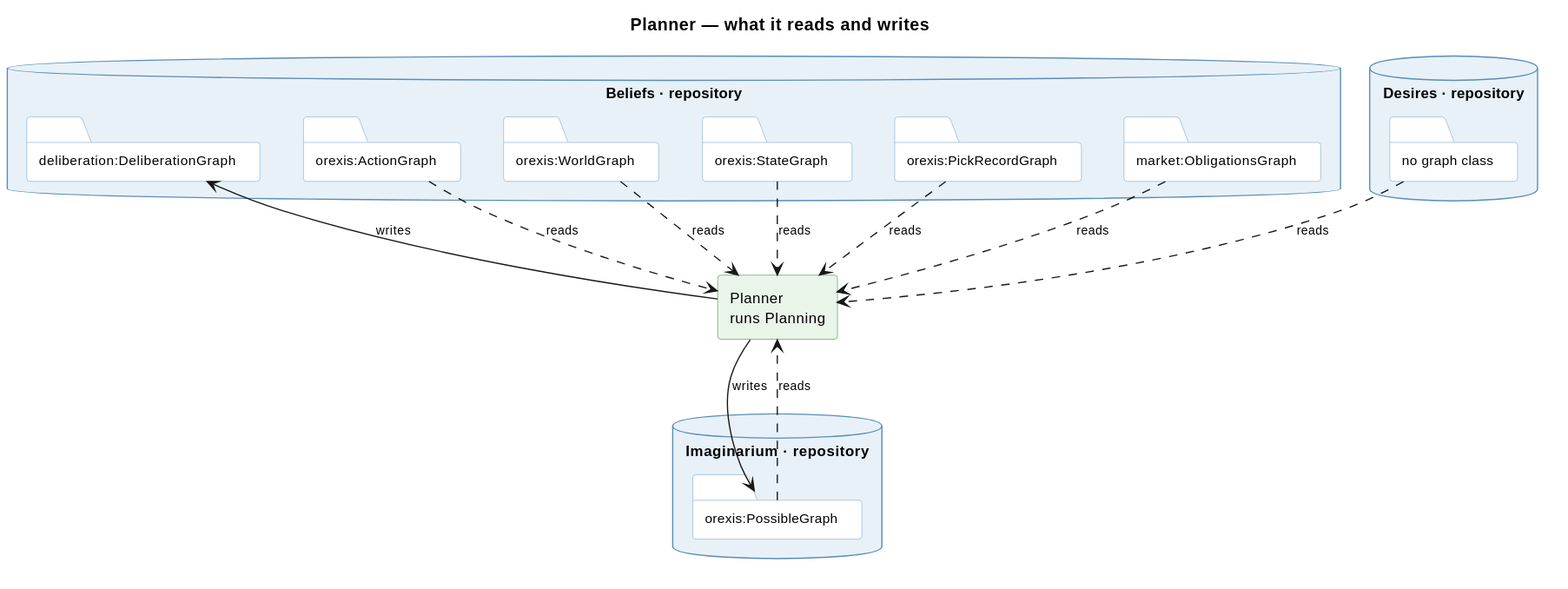
This is knowledge/diagrams/service-planner.svg from ShishkinDmitriy/orexis, a PlantUML export, as it was before one commit. The source it was exported from:
```plantuml
@startuml
title Planner — what it reads and writes

skinparam componentStyle rectangle
skinparam shadowing false
skinparam defaultFontSize 12
skinparam titleFontSize 14
skinparam ArrowFontSize 10
skinparam database {
  BackgroundColor #E8F1F8
  BorderColor #5B8DB8
}
skinparam folder {
  BackgroundColor #FFFFFF
  BorderColor #8FB4D0
  FontSize 11
}
skinparam component {
  BackgroundColor #EAF5EA
  BorderColor #5E9E5E
}


database "Beliefs · repository" as BEL {
  folder "orexis:ActionGraph" as A
  folder "orexis:WorldGraph" as W
  folder "orexis:StateGraph" as S
  folder "orexis:PickRecordGraph" as P
  folder "market:ObligationsGraph" as O
  folder "deliberation:DeliberationGraph" as D
}

database "Desires · repository" as DES {
  folder "no graph class" as X
}

database "Imaginarium · repository" as IMG {
  folder "orexis:PossibleGraph" as V
}

component "Planner\nruns Planning" as PL


A ..> PL : reads
W ..> PL : reads
S ..> PL : reads
P ..> PL : reads
O ..> PL : reads
X ..> PL : reads
V ..> PL : reads
PL --> V : writes
PL --> D : writes
@enduml
```
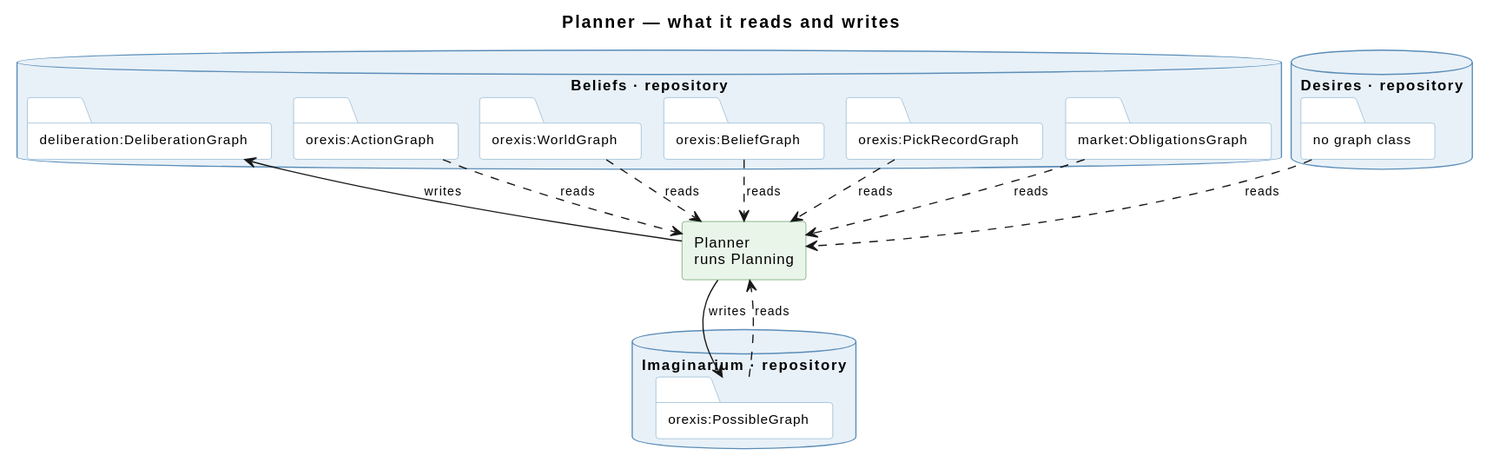
The same file after the commit.

What changed in the source:
```diff
@@ -1,4 +1,5 @@
 @startuml
+!pragma layout smetana
 title Planner — what it reads and writes
 
 skinparam componentStyle rectangle
@@ -24,7 +25,7 @@
 database "Beliefs · repository" as BEL {
   folder "orexis:ActionGraph" as A
   folder "orexis:WorldGraph" as W
-  folder "orexis:StateGraph" as S
+  folder "orexis:BeliefGraph" as S
   folder "orexis:PickRecordGraph" as P
   folder "market:ObligationsGraph" as O
   folder "deliberation:DeliberationGraph" as D
```
